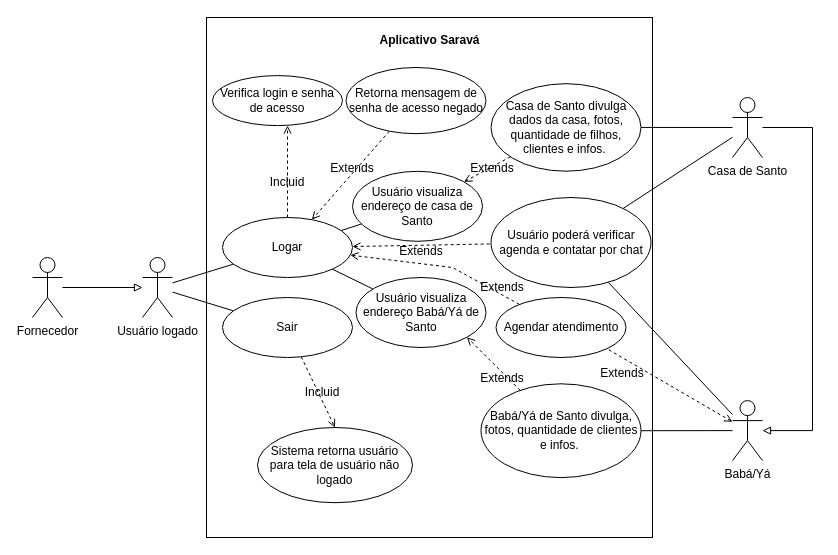
Earlier version of the draw.io diagram CasoDeUsoUsuarioLogado.drawio (AlexCarvalhovisk/sarava). Source tidied: cells renumbered, new cells numbered last; positions are measured from the earlier drawing's top-left corner, leaving out a move shared by most shapes. Both pictures are drawn from the tidied source at 100%, with x=0, y=0 at pixel (32, 17).
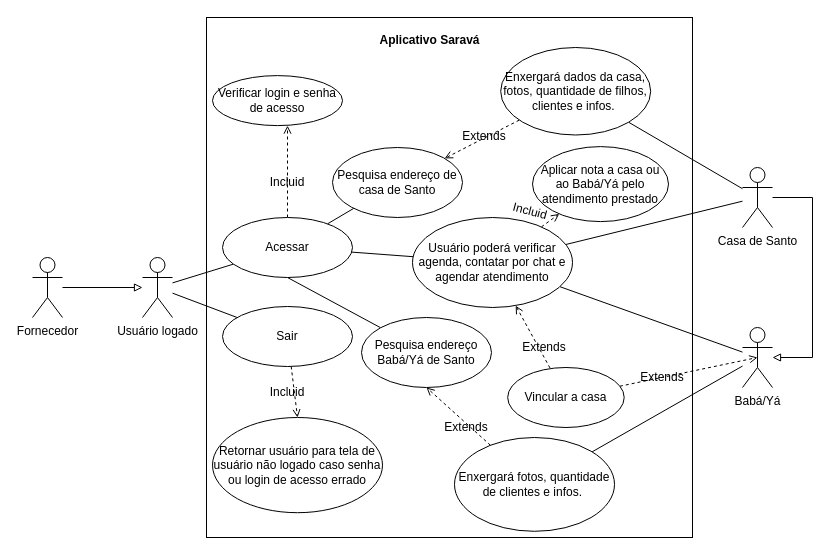
Above is the later version.

What changed in the source:
```diff
@@
     <mxCell id="2" style="rounded=0;whiteSpace=wrap;html=1;" parent="1" vertex="1">
-      <mxGeometry x="174" width="446" height="520" as="geometry" />
+      <mxGeometry x="174" width="486" height="520" as="geometry" />
     </mxCell>
@@
     <mxCell id="8" style="edgeStyle=orthogonalEdgeStyle;rounded=0;jettySize=auto;html=1;endArrow=block;endFill=0;" parent="1" edge="1" source="9" target="13">
       <mxGeometry relative="1" as="geometry">
         <Array as="points">
-          <mxPoint x="780" y="110" />
-          <mxPoint x="780" y="413.1" />
+          <mxPoint x="780" y="180" />
+          <mxPoint x="780" y="340" />
         </Array>
       </mxGeometry>
     </mxCell>
     <mxCell id="9" value="Casa de Santo" style="shape=umlActor;verticalLabelPosition=bottom;verticalAlign=top;html=1;" parent="1" vertex="1">
-      <mxGeometry x="700" y="80" width="30" height="60" as="geometry" />
+      <mxGeometry x="710" y="150" width="30" height="60" as="geometry" />
     </mxCell>
@@
-    <mxCell id="12" style="rounded=0;jettySize=auto;html=1;entryX=1;entryY=1;entryDx=0;entryDy=0;endArrow=none;endFill=0;dashed=1;startArrow=open;startFill=0;" parent="1" edge="1" source="13" target="42">
-      <mxGeometry relative="1" as="geometry" />
-    </mxCell>
     <mxCell id="13" value="Babá/Yá" style="shape=umlActor;verticalLabelPosition=bottom;verticalAlign=top;html=1;" parent="1" vertex="1">
-      <mxGeometry x="700" y="383.1" width="30" height="60" as="geometry" />
+      <mxGeometry x="710" y="310" width="30" height="60" as="geometry" />
     </mxCell>
@@
-    <mxCell id="16" style="rounded=0;jettySize=auto;html=1;endArrow=none;endFill=0;" parent="1" edge="1" source="19" target="21">
+    <mxCell id="16" style="rounded=0;jettySize=auto;html=1;endArrow=none;endFill=0;exitX=0.5;exitY=1;exitDx=0;exitDy=0;" parent="1" edge="1" source="19" target="21">
       <mxGeometry relative="1" as="geometry" />
     </mxCell>
-    <mxCell id="17" style="rounded=0;jettySize=auto;html=1;endArrow=none;endFill=0;dashed=1;startArrow=open;startFill=0;" parent="1" edge="1" source="19" target="38">
+    <mxCell id="17" style="rounded=0;jettySize=auto;html=1;endArrow=none;endFill=0;" parent="1" edge="1" source="19" target="38">
       <mxGeometry relative="1" as="geometry" />
     </mxCell>
-    <mxCell id="18" style="rounded=0;jettySize=auto;html=1;dashed=1;endArrow=none;endFill=0;startArrow=open;startFill=0;" parent="1" edge="1" source="19" target="42">
-      <mxGeometry relative="1" as="geometry">
-        <Array as="points">
-          <mxPoint x="420" y="250" />
-        </Array>
-      </mxGeometry>
-    </mxCell>
-    <mxCell id="19" value="Logar" style="ellipse;whiteSpace=wrap;html=1;" parent="1" vertex="1">
+    <mxCell id="19" value="Acessar" style="ellipse;whiteSpace=wrap;html=1;" parent="1" vertex="1">
       <mxGeometry x="190" y="200" width="130" height="60" as="geometry" />
     </mxCell>
-    <mxCell id="20" value="Usuário visualiza endereço de casa de Santo" style="ellipse;whiteSpace=wrap;html=1;" parent="1" vertex="1">
-      <mxGeometry x="320" y="153.8" width="130" height="70" as="geometry" />
+    <mxCell id="20" value="Pesquisa endereço de casa de Santo" style="ellipse;whiteSpace=wrap;html=1;" parent="1" vertex="1">
+      <mxGeometry x="300" y="130" width="130" height="70" as="geometry" />
     </mxCell>
-    <mxCell id="21" value="Usuário visualiza endereço Babá/Yá de Santo" style="ellipse;whiteSpace=wrap;html=1;" parent="1" vertex="1">
-      <mxGeometry x="323.5" y="260" width="130" height="70" as="geometry" />
+    <mxCell id="21" value="Pesquisa endereço Babá/Yá de Santo" style="ellipse;whiteSpace=wrap;html=1;" parent="1" vertex="1">
+      <mxGeometry x="329" y="300" width="130" height="70" as="geometry" />
     </mxCell>
@@
-    <mxCell id="23" value="Casa de Santo divulga dados da casa, fotos, quantidade de filhos, clientes e infos.&amp;nbsp;" style="ellipse;whiteSpace=wrap;html=1;" parent="1" vertex="1">
-      <mxGeometry x="458.5" y="66.2" width="150" height="87.5" as="geometry" />
+    <mxCell id="23" value="Enxergará dados da casa, fotos, quantidade de filhos, clientes e infos.&amp;nbsp;" style="ellipse;whiteSpace=wrap;html=1;" parent="1" vertex="1">
+      <mxGeometry x="468.2" y="30" width="150" height="87.5" as="geometry" />
     </mxCell>
     <mxCell id="24" value="Extends" style="text;html=1;strokeColor=none;fillColor=none;align=center;verticalAlign=middle;whiteSpace=wrap;rounded=0;" parent="1" vertex="1">
-      <mxGeometry x="430" y="140" width="60" height="21" as="geometry" />
+      <mxGeometry x="422" y="108.1" width="60" height="21" as="geometry" />
     </mxCell>
-    <mxCell id="25" style="rounded=0;jettySize=auto;html=1;entryX=1;entryY=1;entryDx=0;entryDy=0;endArrow=open;endFill=0;dashed=1;startArrow=none;startFill=0;" parent="1" edge="1" source="26" target="21">
+    <mxCell id="25" style="rounded=0;jettySize=auto;html=1;entryX=0.5;entryY=1;entryDx=0;entryDy=0;endArrow=open;endFill=0;dashed=1;startArrow=none;startFill=0;" parent="1" edge="1" source="26" target="21">
       <mxGeometry relative="1" as="geometry" />
     </mxCell>
-    <mxCell id="26" value="Babá/Yá de Santo divulga, fotos, quantidade de clientes e infos.&amp;nbsp;" style="ellipse;whiteSpace=wrap;html=1;" parent="1" vertex="1">
-      <mxGeometry x="448.5" y="366.3" width="160" height="93.8" as="geometry" />
+    <mxCell id="26" value="Enxergará fotos, quantidade de clientes e infos.&amp;nbsp;" style="ellipse;whiteSpace=wrap;html=1;" parent="1" vertex="1">
+      <mxGeometry x="422" y="420" width="160" height="93.8" as="geometry" />
     </mxCell>
     <mxCell id="27" value="Extends" style="text;html=1;strokeColor=none;fillColor=none;align=center;verticalAlign=middle;whiteSpace=wrap;rounded=0;" parent="1" vertex="1">
-      <mxGeometry x="440" y="350" width="60" height="21" as="geometry" />
+      <mxGeometry x="404" y="399" width="60" height="21" as="geometry" />
     </mxCell>
@@
     <mxCell id="30" value="Sair" style="ellipse;whiteSpace=wrap;html=1;" parent="1" vertex="1">
-      <mxGeometry x="190" y="280" width="130" height="60" as="geometry" />
+      <mxGeometry x="190" y="289" width="130" height="60" as="geometry" />
     </mxCell>
-    <mxCell id="31" value="Verifica login e senha de acesso" style="ellipse;whiteSpace=wrap;html=1;" parent="1" vertex="1">
+    <mxCell id="31" value="Verificar login e senha de acesso" style="ellipse;whiteSpace=wrap;html=1;" parent="1" vertex="1">
       <mxGeometry x="180" y="58.1" width="130" height="50" as="geometry" />
     </mxCell>
-    <mxCell id="32" style="rounded=0;jettySize=auto;html=1;dashed=1;endArrow=open;endFill=0;" parent="1" edge="1" source="33" target="19">
-      <mxGeometry relative="1" as="geometry" />
-    </mxCell>
-    <mxCell id="33" value="Retorna mensagem de senha de acesso negado" style="ellipse;whiteSpace=wrap;html=1;" parent="1" vertex="1">
-      <mxGeometry x="313.5" y="50" width="140" height="66.2" as="geometry" />
-    </mxCell>
@@
-    <mxCell id="35" value="Extends" style="text;html=1;strokeColor=none;fillColor=none;align=center;verticalAlign=middle;whiteSpace=wrap;rounded=0;" parent="1" vertex="1">
-      <mxGeometry x="290" y="140" width="60" height="21" as="geometry" />
-    </mxCell>
-    <mxCell id="36" value="Sistema retorna usuário para tela de usuário não logado" style="ellipse;whiteSpace=wrap;html=1;" parent="1" vertex="1">
-      <mxGeometry x="225" y="410" width="155" height="75.2" as="geometry" />
+    <mxCell id="36" value="Retornar usuário para tela de usuário não logado caso senha ou login de acesso errado" style="ellipse;whiteSpace=wrap;html=1;" parent="1" vertex="1">
+      <mxGeometry x="180" y="400" width="170" height="95.2" as="geometry" />
     </mxCell>
     <mxCell id="37" value="Incluid" style="text;html=1;strokeColor=none;fillColor=none;align=center;verticalAlign=middle;whiteSpace=wrap;rounded=0;" parent="1" vertex="1">
-      <mxGeometry x="260" y="360" width="60" height="30" as="geometry" />
+      <mxGeometry x="225" y="360" width="60" height="30" as="geometry" />
     </mxCell>
+    <mxCell id="45" style="rounded=0;jettySize=auto;html=1;endArrow=none;endFill=0;dashed=1;startArrow=open;startFill=0;" parent="1" edge="1" source="38" target="48">
+      <mxGeometry relative="1" as="geometry" />
+    </mxCell>
+    <mxCell id="46" style="rounded=0;jettySize=auto;html=1;endArrow=open;endFill=0;dashed=1;" parent="1" edge="1" source="38" target="51">
+      <mxGeometry relative="1" as="geometry" />
+    </mxCell>
-    <mxCell id="38" value="Usuário poderá verificar agenda e contatar por chat" style="ellipse;whiteSpace=wrap;html=1;" parent="1" vertex="1">
-      <mxGeometry x="458.5" y="180" width="160" height="90" as="geometry" />
+    <mxCell id="38" value="Usuário poderá verificar agenda, contatar por chat e agendar atendimento" style="ellipse;whiteSpace=wrap;html=1;" parent="1" vertex="1">
+      <mxGeometry x="380" y="200" width="160" height="90" as="geometry" />
     </mxCell>
-    <mxCell id="39" value="Extends" style="text;html=1;strokeColor=none;fillColor=none;align=center;verticalAlign=middle;whiteSpace=wrap;rounded=0;" parent="1" vertex="1">
-      <mxGeometry x="358.5" y="223.8" width="60" height="21" as="geometry" />
-    </mxCell>
@@
-    <mxCell id="42" value="Agendar atendimento" style="ellipse;whiteSpace=wrap;html=1;" parent="1" vertex="1">
-      <mxGeometry x="463.5" y="280" width="130" height="60" as="geometry" />
-    </mxCell>
-    <mxCell id="43" value="Extends" style="text;html=1;strokeColor=none;fillColor=none;align=center;verticalAlign=middle;whiteSpace=wrap;rounded=0;" parent="1" vertex="1">
-      <mxGeometry x="560" y="345.3" width="60" height="21" as="geometry" />
-    </mxCell>
-    <mxCell id="44" value="Extends" style="text;html=1;strokeColor=none;fillColor=none;align=center;verticalAlign=middle;whiteSpace=wrap;rounded=0;" parent="1" vertex="1">
-      <mxGeometry x="440" y="259" width="60" height="21" as="geometry" />
-    </mxCell>
+    <mxCell id="47" style="rounded=0;jettySize=auto;html=1;entryX=0.5;entryY=0.5;entryDx=0;entryDy=0;entryPerimeter=0;dashed=1;endArrow=open;endFill=0;" parent="1" edge="1" source="48" target="13">
+      <mxGeometry relative="1" as="geometry" />
+    </mxCell>
+    <mxCell id="48" value="Vincular a casa" style="ellipse;whiteSpace=wrap;html=1;" parent="1" vertex="1">
+      <mxGeometry x="475.2" y="350" width="116.5" height="60" as="geometry" />
+    </mxCell>
+    <mxCell id="49" value="Extends" style="text;html=1;strokeColor=none;fillColor=none;align=center;verticalAlign=middle;whiteSpace=wrap;rounded=0;" parent="1" vertex="1">
+      <mxGeometry x="600" y="349" width="60" height="21" as="geometry" />
+    </mxCell>
+    <mxCell id="50" value="Extends" style="text;html=1;strokeColor=none;fillColor=none;align=center;verticalAlign=middle;whiteSpace=wrap;rounded=0;" parent="1" vertex="1">
+      <mxGeometry x="482" y="319" width="60" height="21" as="geometry" />
+    </mxCell>
+    <mxCell id="51" value="Aplicar nota a casa ou ao Babá/Yá pelo atendimento prestado" style="ellipse;whiteSpace=wrap;html=1;" parent="1" vertex="1">
+      <mxGeometry x="500" y="129.1" width="136" height="75" as="geometry" />
+    </mxCell>
+    <mxCell id="52" value="Incluid" style="text;html=1;strokeColor=none;fillColor=none;align=center;verticalAlign=middle;whiteSpace=wrap;rounded=0;rotation=15;" parent="1" vertex="1">
+      <mxGeometry x="468.2" y="183.1" width="60" height="21" as="geometry" />
+    </mxCell>
```
